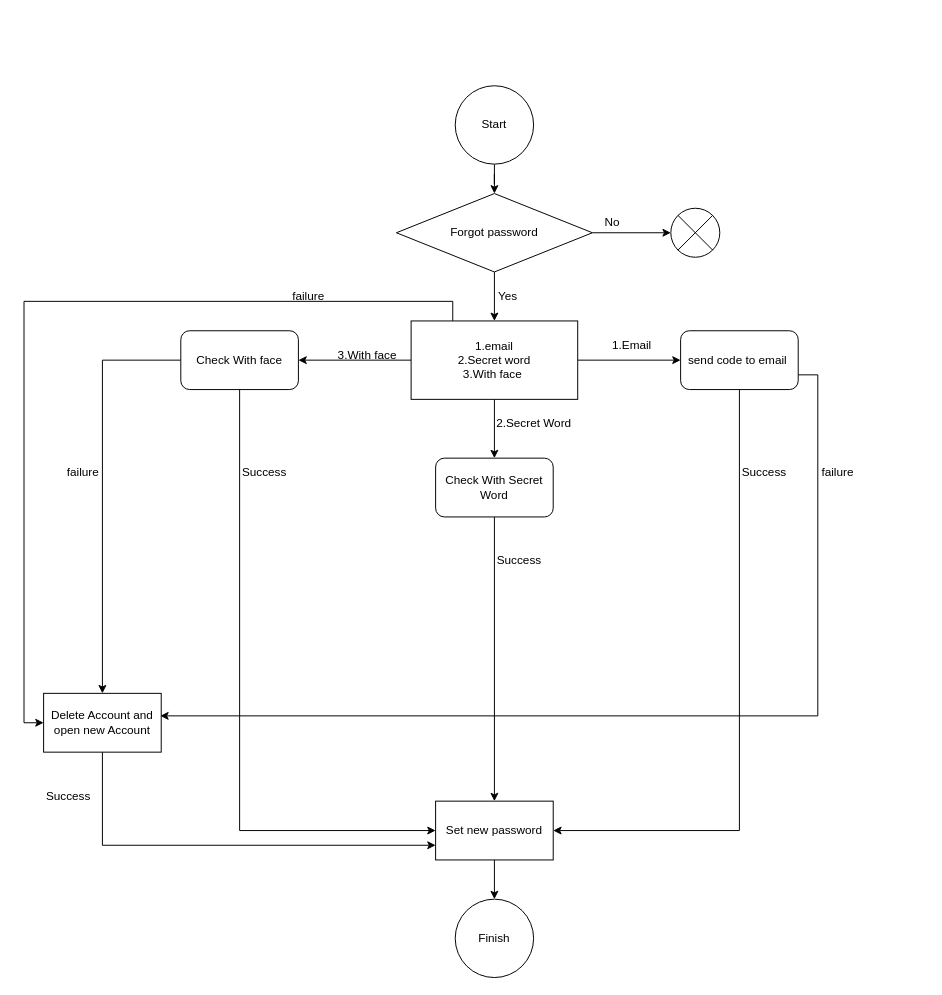
Above: draw/src/Untitled Diagram.drawio in Sanjarbekk/draw (draw.io), before the change. Source tidied: cells renumbered, new cells numbered last; positions are measured from the earlier drawing's top-left corner, leaving out a move shared by most shapes. Both pictures are drawn from the tidied source at 98%, with x=0, y=0 at pixel (33, 85).
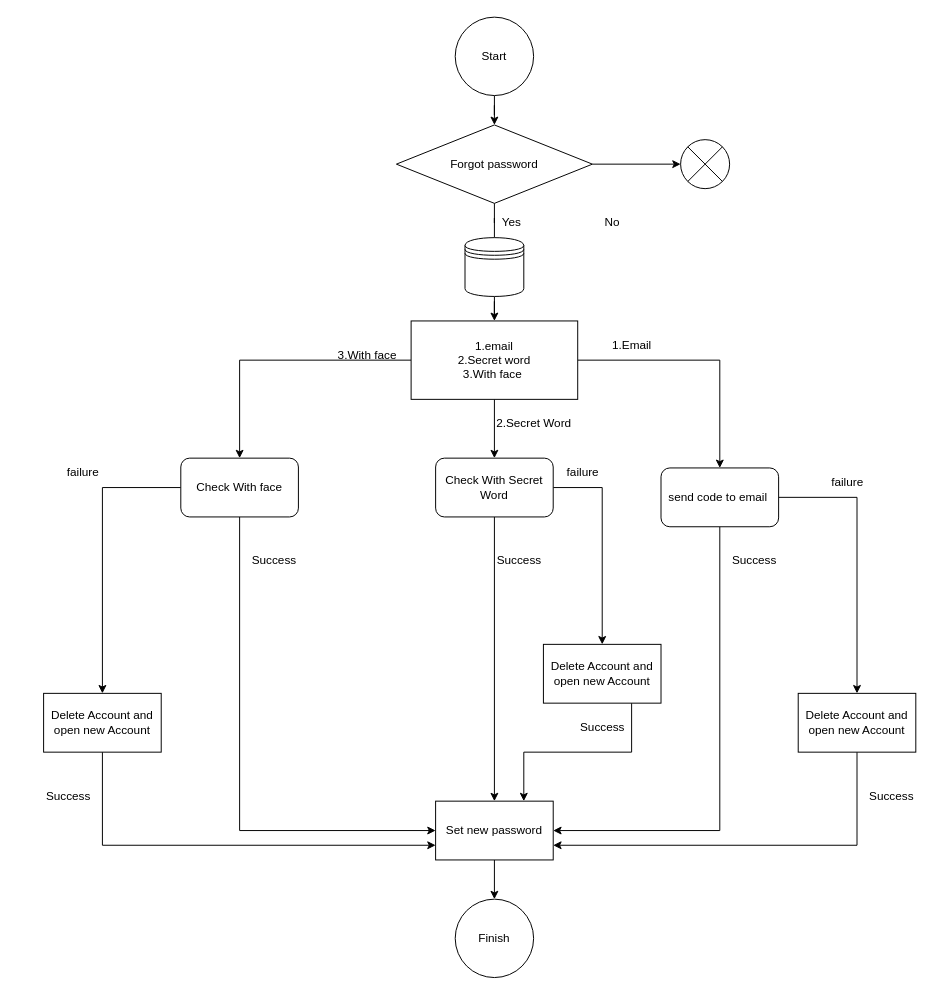
Above is the later version.

The change refers to these unchanged cells:
```xml
<mxCell id="11" value="1.email&lt;br&gt;2.Secret word&lt;br&gt;3.With face&amp;nbsp;" style="whiteSpace=wrap;html=1;" parent="1" vertex="1">
  <mxGeometry x="385" y="240" width="170" height="80" as="geometry" />
</mxCell>
<mxCell id="21" value="Check With Secret Word" style="rounded=1;whiteSpace=wrap;html=1;" parent="1" vertex="1">
  <mxGeometry x="410" y="380" width="120" height="60" as="geometry" />
</mxCell>
<mxCell id="27" value="Set new password" style="rounded=0;whiteSpace=wrap;html=1;" parent="1" vertex="1">
  <mxGeometry x="410" y="730" width="120" height="60" as="geometry" />
</mxCell>
<mxCell id="33" value="Delete Account and open new Account" style="rounded=0;whiteSpace=wrap;html=1;" parent="1" vertex="1">
  <mxGeometry x="10" y="620" width="120" height="60" as="geometry" />
</mxCell>
```

Diff of the diagram source:
```diff
@@
     <mxCell id="3" value="Start" style="ellipse;whiteSpace=wrap;html=1;" parent="1" vertex="1">
-      <mxGeometry x="430" width="80" height="80" as="geometry" />
+      <mxGeometry x="430" y="-70" width="80" height="80" as="geometry" />
     </mxCell>
-    <mxCell id="4" style="edgeStyle=orthogonalEdgeStyle;rounded=0;jettySize=auto;html=1;" parent="1" edge="1" source="6" target="11">
+    <mxCell id="4" style="edgeStyle=orthogonalEdgeStyle;rounded=0;jettySize=auto;html=1;startArrow=none;" parent="1" edge="1" source="49" target="11">
       <mxGeometry relative="1" as="geometry" />
     </mxCell>
@@
     <mxCell id="6" value="Forgot password" style="rhombus;whiteSpace=wrap;html=1;" parent="1" vertex="1">
-      <mxGeometry x="370" y="110" width="200" height="80" as="geometry" />
+      <mxGeometry x="370" y="40" width="200" height="80" as="geometry" />
     </mxCell>
@@
-    <mxCell id="10" style="edgeStyle=orthogonalEdgeStyle;rounded=0;jettySize=auto;html=1;exitX=0.25;exitY=0;exitDx=0;exitDy=0;entryX=0;entryY=0.5;entryDx=0;entryDy=0;" parent="1" edge="1" source="11" target="33">
-      <mxGeometry relative="1" as="geometry" />
-    </mxCell>
@@
     <mxCell id="12" value="Yes&amp;nbsp;" style="text;html=1;align=center;verticalAlign=middle;strokeColor=none;fillColor=none;" parent="1" vertex="1">
-      <mxGeometry x="460" y="200" width="50" height="30" as="geometry" />
+      <mxGeometry x="464" y="125" width="50" height="30" as="geometry" />
     </mxCell>
     <mxCell id="13" style="shape=sumEllipse;perimeter=ellipsePerimeter;whiteSpace=wrap;html=1;backgroundOutline=1;" parent="1" vertex="1">
-      <mxGeometry x="650" y="125" width="50" height="50" as="geometry" />
+      <mxGeometry x="660" y="55" width="50" height="50" as="geometry" />
     </mxCell>
@@
-    <mxCell id="15" style="edgeStyle=orthogonalEdgeStyle;rounded=0;jettySize=auto;html=1;exitX=1;exitY=0.75;exitDx=0;exitDy=0;entryX=0.992;entryY=0.383;entryDx=0;entryDy=0;entryPerimeter=0;" parent="1" edge="1" source="17" target="33">
-      <mxGeometry relative="1" as="geometry" />
-    </mxCell>
@@
+    <mxCell id="38" style="edgeStyle=orthogonalEdgeStyle;rounded=0;jettySize=auto;html=1;exitX=1;exitY=0.5;exitDx=0;exitDy=0;entryX=0.5;entryY=0;entryDx=0;entryDy=0;" parent="1" edge="1" source="17" target="41">
+      <mxGeometry relative="1" as="geometry" />
+    </mxCell>
     <mxCell id="17" value="send code to email&amp;nbsp;" style="rounded=1;whiteSpace=wrap;html=1;" parent="1" vertex="1">
-      <mxGeometry x="660" y="250" width="120" height="60" as="geometry" />
+      <mxGeometry x="640" y="390" width="120" height="60" as="geometry" />
     </mxCell>
@@
+    <mxCell id="39" style="edgeStyle=orthogonalEdgeStyle;rounded=0;jettySize=auto;html=1;exitX=1;exitY=0.5;exitDx=0;exitDy=0;" parent="1" edge="1" source="21" target="45">
+      <mxGeometry relative="1" as="geometry" />
+    </mxCell>
@@
     <mxCell id="24" value="Check With face" style="rounded=1;whiteSpace=wrap;html=1;" parent="1" vertex="1">
-      <mxGeometry x="150" y="250" width="120" height="60" as="geometry" />
+      <mxGeometry x="150" y="380" width="120" height="60" as="geometry" />
     </mxCell>
@@
     <mxCell id="29" value="Success" style="text;html=1;align=center;verticalAlign=middle;strokeColor=none;fillColor=none;" parent="1" vertex="1">
-      <mxGeometry x="710" y="380" width="70" height="30" as="geometry" />
+      <mxGeometry x="700" y="470" width="70" height="30" as="geometry" />
     </mxCell>
     <mxCell id="30" value="Success" style="text;html=1;align=center;verticalAlign=middle;strokeColor=none;fillColor=none;" parent="1" vertex="1">
-      <mxGeometry x="200" y="380" width="70" height="30" as="geometry" />
+      <mxGeometry x="210" y="470" width="70" height="30" as="geometry" />
     </mxCell>
@@
-    <mxCell id="35" value="failure" style="text;html=1;align=center;verticalAlign=middle;strokeColor=none;fillColor=none;" parent="1" vertex="1">
-      <mxGeometry x="250" y="200" width="60" height="30" as="geometry" />
-    </mxCell>
-    <mxCell id="36" value="failure" style="text;html=1;align=center;verticalAlign=middle;strokeColor=none;fillColor=none;" parent="1" vertex="1">
-      <mxGeometry x="790" y="380" width="60" height="30" as="geometry" />
-    </mxCell>
@@
+    <mxCell id="40" style="edgeStyle=orthogonalEdgeStyle;rounded=0;jettySize=auto;html=1;exitX=0.5;exitY=1;exitDx=0;exitDy=0;entryX=1;entryY=0.75;entryDx=0;entryDy=0;" parent="1" edge="1" source="41" target="27">
+      <mxGeometry relative="1" as="geometry" />
+    </mxCell>
+    <mxCell id="41" value="Delete Account and open new Account" style="rounded=0;whiteSpace=wrap;html=1;" parent="1" vertex="1">
+      <mxGeometry x="780" y="620" width="120" height="60" as="geometry" />
+    </mxCell>
+    <mxCell id="42" value="failure" style="text;html=1;align=center;verticalAlign=middle;strokeColor=none;fillColor=none;" parent="1" vertex="1">
+      <mxGeometry x="800" y="390" width="60" height="30" as="geometry" />
+    </mxCell>
+    <mxCell id="43" value="Success" style="text;html=1;align=center;verticalAlign=middle;strokeColor=none;fillColor=none;" parent="1" vertex="1">
+      <mxGeometry x="840" y="710" width="70" height="30" as="geometry" />
+    </mxCell>
+    <mxCell id="44" style="edgeStyle=orthogonalEdgeStyle;rounded=0;jettySize=auto;html=1;exitX=0.75;exitY=1;exitDx=0;exitDy=0;entryX=0.75;entryY=0;entryDx=0;entryDy=0;" parent="1" edge="1" source="45" target="27">
+      <mxGeometry relative="1" as="geometry" />
+    </mxCell>
+    <mxCell id="45" value="Delete Account and open new Account" style="rounded=0;whiteSpace=wrap;html=1;" parent="1" vertex="1">
+      <mxGeometry x="520" y="570" width="120" height="60" as="geometry" />
+    </mxCell>
+    <mxCell id="46" value="Success" style="text;html=1;align=center;verticalAlign=middle;strokeColor=none;fillColor=none;" parent="1" vertex="1">
+      <mxGeometry x="545" y="640" width="70" height="30" as="geometry" />
+    </mxCell>
+    <mxCell id="47" value="failure" style="text;html=1;align=center;verticalAlign=middle;strokeColor=none;fillColor=none;" parent="1" vertex="1">
+      <mxGeometry x="530" y="380" width="60" height="30" as="geometry" />
+    </mxCell>
+    <mxCell id="48" style="edgeStyle=orthogonalEdgeStyle;rounded=0;jettySize=auto;html=1;endArrow=none;" parent="1" edge="1" source="6" target="49">
+      <mxGeometry relative="1" as="geometry" />
+    </mxCell>
+    <mxCell id="49" style="shape=datastore;whiteSpace=wrap;html=1;" parent="1" vertex="1">
+      <mxGeometry x="440" y="155" width="60" height="60" as="geometry" />
+    </mxCell>
```
